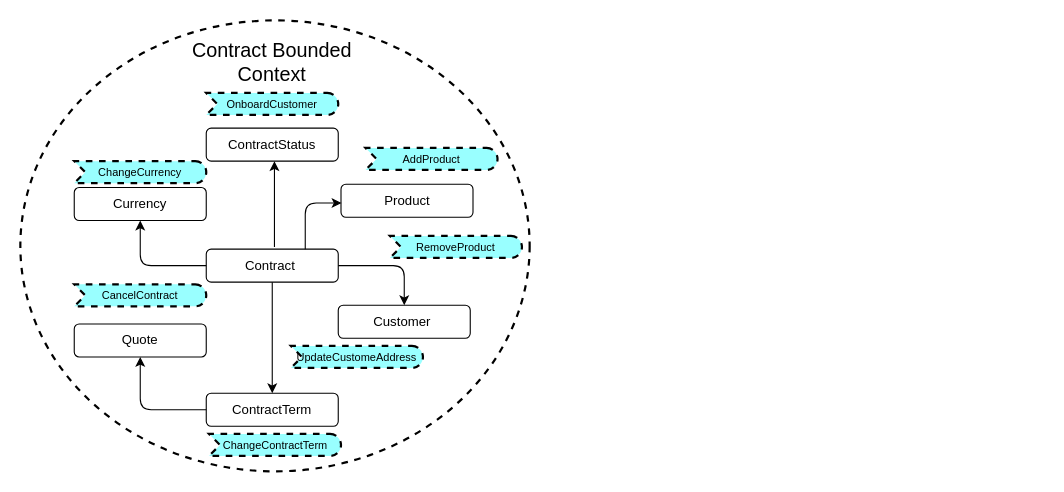
Above: ddd.drawio in srinivaspuranamhyd/arc-diagrams (draw.io), before the change. Source tidied: cells renumbered, new cells numbered last; positions are measured from the earlier drawing's top-left corner, leaving out a move shared by most shapes. Both pictures are drawn from the tidied source at 110%, with x=0, y=0 at pixel (20, 20).
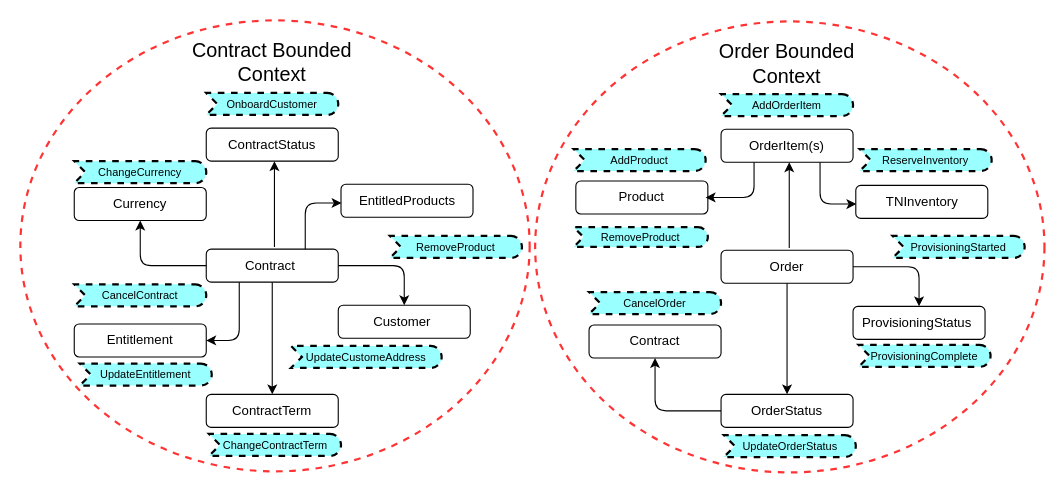
The same diagram, later.

The change refers to these unchanged cells:
```xml
<mxCell id="3" value="Contract&amp;nbsp;" style="rounded=1;whiteSpace=wrap;html=1;" parent="1" vertex="1">
  <mxGeometry x="169" y="208" width="120" height="30" as="geometry" />
</mxCell>
```

The edit, as a diff of the source:
```diff
@@
-    <mxCell id="2" style="ellipse;whiteSpace=wrap;html=1;dashed=1;strokeWidth=2;" parent="1" vertex="1">
+    <mxCell id="2" style="ellipse;whiteSpace=wrap;html=1;dashed=1;strokeWidth=2;strokeColor=#FF3333;" parent="1" vertex="1">
       <mxGeometry width="463" height="410" as="geometry" />
     </mxCell>
@@
-    <mxCell id="5" value="Quote" style="rounded=1;whiteSpace=wrap;html=1;" parent="1" vertex="1">
+    <mxCell id="5" value="Entitlement" style="rounded=1;whiteSpace=wrap;html=1;" parent="1" vertex="1">
       <mxGeometry x="49" y="276" width="120" height="30" as="geometry" />
     </mxCell>
-    <mxCell id="6" value="Product" style="rounded=1;whiteSpace=wrap;html=1;" parent="1" vertex="1">
+    <mxCell id="6" value="EntitledProducts" style="rounded=1;whiteSpace=wrap;html=1;" parent="1" vertex="1">
       <mxGeometry x="291.5" y="149" width="120" height="30" as="geometry" />
     </mxCell>
@@
     <mxCell id="8" value="ContractTerm" style="rounded=1;whiteSpace=wrap;html=1;" parent="1" vertex="1">
-      <mxGeometry x="169" y="339" width="120" height="30" as="geometry" />
+      <mxGeometry x="169" y="340" width="120" height="30" as="geometry" />
     </mxCell>
@@
-    <mxCell id="15" style="endArrow=classic;html=1;fontSize=18;exitX=0;exitY=0.5;exitDx=0;exitDy=0;entryX=0.5;entryY=1;entryDx=0;entryDy=0;" parent="1" edge="1" source="8" target="5">
+    <mxCell id="15" style="endArrow=classic;html=1;fontSize=18;exitX=0.25;exitY=1;exitDx=0;exitDy=0;entryX=1;entryY=0.5;entryDx=0;entryDy=0;" parent="1" edge="1" source="3" target="5">
       <mxGeometry relative="1" as="geometry">
         <Array as="points">
-          <mxPoint x="109" y="354" />
+          <mxPoint x="199" y="291" />
         </Array>
       </mxGeometry>
     </mxCell>
@@
     <mxCell id="22" value="UpdateCustomeAddress" style="html=1;whiteSpace=wrap;fillColor=#99ffff;shape=mxgraph.archimate3.event;dashed=1;strokeWidth=2;fontSize=10;" parent="1" vertex="1">
-      <mxGeometry x="246" y="296" width="120" height="20" as="geometry" />
+      <mxGeometry x="246" y="296" width="137" height="20" as="geometry" />
     </mxCell>
+    <mxCell id="24" style="ellipse;whiteSpace=wrap;html=1;dashed=1;strokeWidth=2;strokeColor=#FF3333;" parent="1" vertex="1">
+      <mxGeometry x="468" y="1" width="463" height="410" as="geometry" />
+    </mxCell>
+    <mxCell id="25" value="Order" style="rounded=1;whiteSpace=wrap;html=1;" parent="1" vertex="1">
+      <mxGeometry x="637" y="209" width="120" height="30" as="geometry" />
+    </mxCell>
+    <mxCell id="26" value="ProvisioningStatus&amp;nbsp;" style="rounded=1;whiteSpace=wrap;html=1;" parent="1" vertex="1">
+      <mxGeometry x="757" y="260" width="120" height="30" as="geometry" />
+    </mxCell>
+    <mxCell id="27" value="Contract" style="rounded=1;whiteSpace=wrap;html=1;" parent="1" vertex="1">
+      <mxGeometry x="517" y="277" width="120" height="30" as="geometry" />
+    </mxCell>
+    <mxCell id="28" value="TNInventory" style="rounded=1;whiteSpace=wrap;html=1;" parent="1" vertex="1">
+      <mxGeometry x="759.5" y="150" width="120" height="30" as="geometry" />
+    </mxCell>
+    <mxCell id="29" value="Product" style="rounded=1;whiteSpace=wrap;html=1;" parent="1" vertex="1">
+      <mxGeometry x="505" y="146" width="120" height="30" as="geometry" />
+    </mxCell>
+    <mxCell id="30" value="OrderStatus" style="rounded=1;whiteSpace=wrap;html=1;" parent="1" vertex="1">
+      <mxGeometry x="637" y="340" width="120" height="30" as="geometry" />
+    </mxCell>
+    <mxCell id="31" value="OrderItem(s)" style="rounded=1;whiteSpace=wrap;html=1;" parent="1" vertex="1">
+      <mxGeometry x="637" y="99" width="120" height="30" as="geometry" />
+    </mxCell>
+    <mxCell id="32" value="Order Bounded Context" style="text;html=1;strokeColor=none;fillColor=none;align=center;verticalAlign=middle;whiteSpace=wrap;rounded=0;dashed=1;fontSize=18;" parent="1" vertex="1">
+      <mxGeometry x="612.2" y="25" width="169.5" height="30" as="geometry" />
+    </mxCell>
+    <mxCell id="33" style="endArrow=classic;html=1;fontSize=18;entryX=0.45;entryY=1;entryDx=0;entryDy=0;entryPerimeter=0;" parent="1" edge="1">
+      <mxGeometry relative="1" as="geometry">
+        <mxPoint x="699" y="207" as="sourcePoint" />
+        <mxPoint x="699" y="129" as="targetPoint" />
+      </mxGeometry>
+    </mxCell>
+    <mxCell id="34" style="endArrow=classic;html=1;fontSize=18;exitX=0.5;exitY=1;exitDx=0;exitDy=0;" parent="1" edge="1" source="25" target="30">
+      <mxGeometry relative="1" as="geometry" />
+    </mxCell>
+    <mxCell id="35" style="endArrow=classic;html=1;fontSize=18;exitX=0.25;exitY=1;exitDx=0;exitDy=0;" parent="1" edge="1" source="31">
+      <mxGeometry relative="1" as="geometry">
+        <mxPoint x="623" y="161" as="targetPoint" />
+        <Array as="points">
+          <mxPoint x="667" y="161" />
+        </Array>
+      </mxGeometry>
+    </mxCell>
+    <mxCell id="36" style="endArrow=classic;html=1;fontSize=18;entryX=0.5;entryY=0;entryDx=0;entryDy=0;exitX=1;exitY=0.5;exitDx=0;exitDy=0;" parent="1" edge="1" source="25" target="26">
+      <mxGeometry relative="1" as="geometry">
+        <Array as="points">
+          <mxPoint x="817" y="224" />
+        </Array>
+      </mxGeometry>
+    </mxCell>
+    <mxCell id="37" style="endArrow=classic;html=1;fontSize=18;exitX=0;exitY=0.5;exitDx=0;exitDy=0;entryX=0.5;entryY=1;entryDx=0;entryDy=0;" parent="1" edge="1" source="30" target="27">
+      <mxGeometry relative="1" as="geometry">
+        <Array as="points">
+          <mxPoint x="577" y="355" />
+        </Array>
+      </mxGeometry>
+    </mxCell>
+    <mxCell id="38" value="AddOrderItem" style="html=1;whiteSpace=wrap;fillColor=#99ffff;shape=mxgraph.archimate3.event;dashed=1;strokeWidth=2;fontSize=10;" parent="1" vertex="1">
+      <mxGeometry x="637" y="67" width="120" height="20" as="geometry" />
+    </mxCell>
+    <mxCell id="39" value="CancelOrder" style="html=1;whiteSpace=wrap;fillColor=#99ffff;shape=mxgraph.archimate3.event;dashed=1;strokeWidth=2;fontSize=10;" parent="1" vertex="1">
+      <mxGeometry x="517" y="247" width="120" height="20" as="geometry" />
+    </mxCell>
+    <mxCell id="40" style="endArrow=classic;html=1;fontSize=18;entryX=0.004;entryY=0.567;entryDx=0;entryDy=0;entryPerimeter=0;exitX=0.75;exitY=1;exitDx=0;exitDy=0;" parent="1" edge="1" source="31" target="28">
+      <mxGeometry relative="1" as="geometry">
+        <Array as="points">
+          <mxPoint x="727" y="167" />
+        </Array>
+      </mxGeometry>
+    </mxCell>
+    <mxCell id="41" value="RemoveProduct" style="html=1;whiteSpace=wrap;fillColor=#99ffff;shape=mxgraph.archimate3.event;dashed=1;strokeWidth=2;fontSize=10;" parent="1" vertex="1">
+      <mxGeometry x="503" y="188" width="122" height="18" as="geometry" />
+    </mxCell>
+    <mxCell id="42" value="UpdateOrderStatus" style="html=1;whiteSpace=wrap;fillColor=#99ffff;shape=mxgraph.archimate3.event;dashed=1;strokeWidth=2;fontSize=10;" parent="1" vertex="1">
+      <mxGeometry x="639.5" y="377" width="120" height="20" as="geometry" />
+    </mxCell>
+    <mxCell id="43" value="ProvisioningStarted" style="html=1;whiteSpace=wrap;fillColor=#99ffff;shape=mxgraph.archimate3.event;dashed=1;strokeWidth=2;fontSize=10;" parent="1" vertex="1">
+      <mxGeometry x="793" y="196" width="120" height="20" as="geometry" />
+    </mxCell>
     <mxCell id="23" value="AddProduct" style="html=1;whiteSpace=wrap;fillColor=#99ffff;shape=mxgraph.archimate3.event;dashed=1;strokeWidth=2;fontSize=10;" parent="1" vertex="1">
-      <mxGeometry x="313.8" y="116" width="120" height="20" as="geometry" />
+      <mxGeometry x="503" y="117" width="120" height="20" as="geometry" />
     </mxCell>
+    <mxCell id="44" value="UpdateEntitlement" style="html=1;whiteSpace=wrap;fillColor=#99ffff;shape=mxgraph.archimate3.event;dashed=1;strokeWidth=2;fontSize=10;" parent="1" vertex="1">
+      <mxGeometry x="54" y="312" width="120" height="20" as="geometry" />
+    </mxCell>
+    <mxCell id="45" value="ReserveInventory" style="html=1;whiteSpace=wrap;fillColor=#99ffff;shape=mxgraph.archimate3.event;dashed=1;strokeWidth=2;fontSize=10;" parent="1" vertex="1">
+      <mxGeometry x="763" y="117" width="120" height="20" as="geometry" />
+    </mxCell>
+    <mxCell id="46" value="ProvisioningComplete" style="html=1;whiteSpace=wrap;fillColor=#99ffff;shape=mxgraph.archimate3.event;dashed=1;strokeWidth=2;fontSize=10;" parent="1" vertex="1">
+      <mxGeometry x="762" y="295" width="120" height="20" as="geometry" />
+    </mxCell>
```
